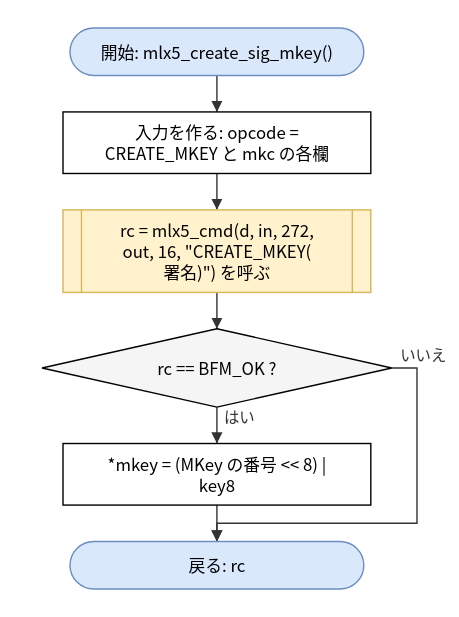
Above: doc/spec/images/flow_src_mlx5_hca-mlx5_create_sig_mkey.drawio.svg in hf355051012-ai/bfmem (draw.io), before the change. Source tidied: cells renumbered, new cells last; positions are measured from the earlier drawing's top-left corner, leaving out a move shared by most shapes. Source of this version:
```xml
<mxGraphModel>
  <root>
    <mxCell id="0" />
    <mxCell id="1" parent="0" />
    <mxCell id="2" value="開始: mlx5_create_sig_mkey()" style="rounded=1;arcSize=50;whiteSpace=wrap;html=1;fillColor=#dae8fc;strokeColor=#6c8ebf;" parent="1" vertex="1">
      <mxGeometry x="20" width="210" height="34" as="geometry" />
    </mxCell>
    <mxCell id="3" value="入力を作る: opcode =&lt;br&gt;CREATE_MKEY と mkc の各欄" style="rounded=0;whiteSpace=wrap;html=1;" parent="1" vertex="1">
      <mxGeometry x="15" y="60" width="220" height="44" as="geometry" />
    </mxCell>
    <mxCell id="4" value="rc = mlx5_cmd(d, in, 272,&lt;br&gt;out, 16, &amp;quot;CREATE_MKEY(&lt;br&gt;署名)&amp;quot;) を呼ぶ" style="shape=process;whiteSpace=wrap;html=1;backgroundOutline=1;size=0.06;fillColor=#fff2cc;strokeColor=#d6b656;" parent="1" vertex="1">
      <mxGeometry x="15" y="130" width="220" height="59" as="geometry" />
    </mxCell>
    <mxCell id="5" value="rc == BFM_OK ?" style="rhombus;whiteSpace=wrap;html=1;fillColor=#f5f5f5;" parent="1" vertex="1">
      <mxGeometry y="215" width="250" height="56" as="geometry" />
    </mxCell>
    <mxCell id="6" value="*mkey = (MKey の番号 &amp;lt;&amp;lt; 8) |&lt;br&gt;key8" style="rounded=0;whiteSpace=wrap;html=1;" parent="1" vertex="1">
      <mxGeometry x="15" y="297" width="220" height="44" as="geometry" />
    </mxCell>
    <mxCell id="7" value="戻る: rc" style="rounded=1;arcSize=50;whiteSpace=wrap;html=1;fillColor=#dae8fc;strokeColor=#6c8ebf;" parent="1" vertex="1">
      <mxGeometry x="20" y="367" width="210" height="34" as="geometry" />
    </mxCell>
    <mxCell id="8" style="edgeStyle=none;html=1;rounded=0;endArrow=block;endFill=1;exitX=0.5000;exitY=1.0000;exitDx=0;exitDy=0;exitPerimeter=0;entryX=0.5000;entryY=0.0000;entryDx=0;entryDy=0;entryPerimeter=0;" parent="1" edge="1" source="2" target="3">
      <mxGeometry relative="1" as="geometry" />
    </mxCell>
    <mxCell id="9" style="edgeStyle=none;html=1;rounded=0;endArrow=block;endFill=1;exitX=0.5000;exitY=1.0000;exitDx=0;exitDy=0;exitPerimeter=0;entryX=0.5000;entryY=0.0000;entryDx=0;entryDy=0;entryPerimeter=0;" parent="1" edge="1" source="3" target="4">
      <mxGeometry relative="1" as="geometry" />
    </mxCell>
    <mxCell id="10" style="edgeStyle=none;html=1;rounded=0;endArrow=block;endFill=1;exitX=0.5000;exitY=1.0000;exitDx=0;exitDy=0;exitPerimeter=0;entryX=0.5000;entryY=0.0000;entryDx=0;entryDy=0;entryPerimeter=0;" parent="1" edge="1" source="4" target="5">
      <mxGeometry relative="1" as="geometry" />
    </mxCell>
    <mxCell id="11" value="はい" style="edgeStyle=none;html=1;rounded=0;endArrow=block;endFill=1;exitX=0.5000;exitY=1.0000;exitDx=0;exitDy=0;exitPerimeter=0;entryX=0.5000;entryY=0.0000;entryDx=0;entryDy=0;entryPerimeter=0;" parent="1" edge="1" source="5" target="6">
      <mxGeometry relative="1" as="geometry" />
    </mxCell>
    <mxCell id="12" style="edgeStyle=none;html=1;rounded=0;endArrow=block;endFill=1;exitX=0.5000;exitY=1.0000;exitDx=0;exitDy=0;exitPerimeter=0;entryX=0.5000;entryY=0.0000;entryDx=0;entryDy=0;entryPerimeter=0;" parent="1" edge="1" source="6" target="7">
      <mxGeometry relative="1" as="geometry" />
    </mxCell>
    <mxCell id="13" value="いいえ" style="edgeStyle=none;html=1;rounded=0;endArrow=block;endFill=1;exitX=1.0000;exitY=0.5000;exitDx=0;exitDy=0;exitPerimeter=0;entryX=0.5000;entryY=0.0000;entryDx=0;entryDy=0;entryPerimeter=0;" parent="1" edge="1" source="5" target="7">
      <mxGeometry relative="1" as="geometry">
        <Array as="points">
          <mxPoint x="268" y="243" />
          <mxPoint x="268" y="354" />
          <mxPoint x="125" y="354" />
        </Array>
      </mxGeometry>
    </mxCell>
  </root>
</mxGraphModel>
```
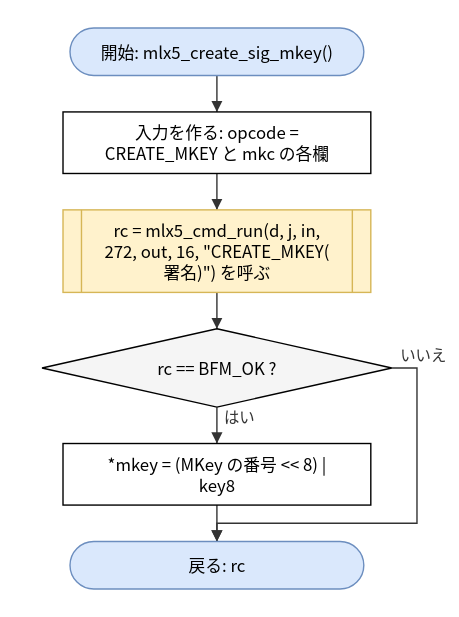
The same file after the commit.

Diff of the diagram source:
```diff
@@ -8,7 +8,7 @@
     <mxCell id="3" value="入力を作る: opcode =&lt;br&gt;CREATE_MKEY と mkc の各欄" style="rounded=0;whiteSpace=wrap;html=1;" parent="1" vertex="1">
       <mxGeometry x="15" y="60" width="220" height="44" as="geometry" />
     </mxCell>
-    <mxCell id="4" value="rc = mlx5_cmd(d, in, 272,&lt;br&gt;out, 16, &amp;quot;CREATE_MKEY(&lt;br&gt;署名)&amp;quot;) を呼ぶ" style="shape=process;whiteSpace=wrap;html=1;backgroundOutline=1;size=0.06;fillColor=#fff2cc;strokeColor=#d6b656;" parent="1" vertex="1">
+    <mxCell id="4" value="rc = mlx5_cmd_run(d, j, in,&lt;br&gt;272, out, 16, &amp;quot;CREATE_MKEY(&lt;br&gt;署名)&amp;quot;) を呼ぶ" style="shape=process;whiteSpace=wrap;html=1;backgroundOutline=1;size=0.06;fillColor=#fff2cc;strokeColor=#d6b656;" parent="1" vertex="1">
       <mxGeometry x="15" y="130" width="220" height="59" as="geometry" />
     </mxCell>
     <mxCell id="5" value="rc == BFM_OK ?" style="rhombus;whiteSpace=wrap;html=1;fillColor=#f5f5f5;" parent="1" vertex="1">
```
